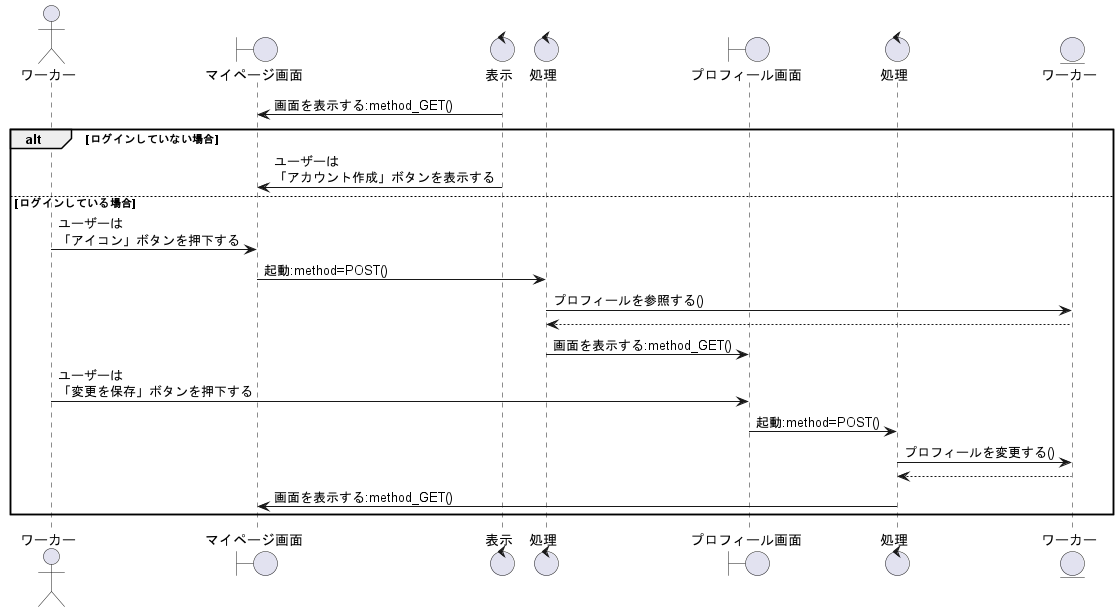
Earlier version of the PlantUML export out/sequence_fig/7_acconts_fn/01_プロフィールの編集をする/プロフィールの編集をする.png (irukacb256/high_Me). The source it was exported from:
```plantuml
@startuml プロフィールの編集をする

actor ワーカー as wo1

boundary マイページ画面 as bo1
control 表示 as co1
control 処理 as co2
boundary プロフィール画面 as bo2

control 処理 as co3

entity ワーカー as ac1

co1 -> bo1 : 画面を表示する:method_GET()

alt ログインしていない場合
    co1 -> bo1:ユーザーは\n「アカウント作成」ボタンを表示する

else ログインしている場合
    wo1 -> bo1:ユーザーは\n「アイコン」ボタンを押下する
    bo1 -> co2:起動:method=POST()
    co2 -> ac1:プロフィールを参照する()
    ac1 --> co2
    co2 -> bo2:画面を表示する:method_GET()
    wo1 -> bo2:ユーザーは\n「変更を保存」ボタンを押下する
    bo2 -> co3:起動:method=POST()
    co3 -> ac1 : プロフィールを変更する()
    co3 <-- ac1
    co3 -> bo1:画面を表示する:method_GET()
end

@enduml
```
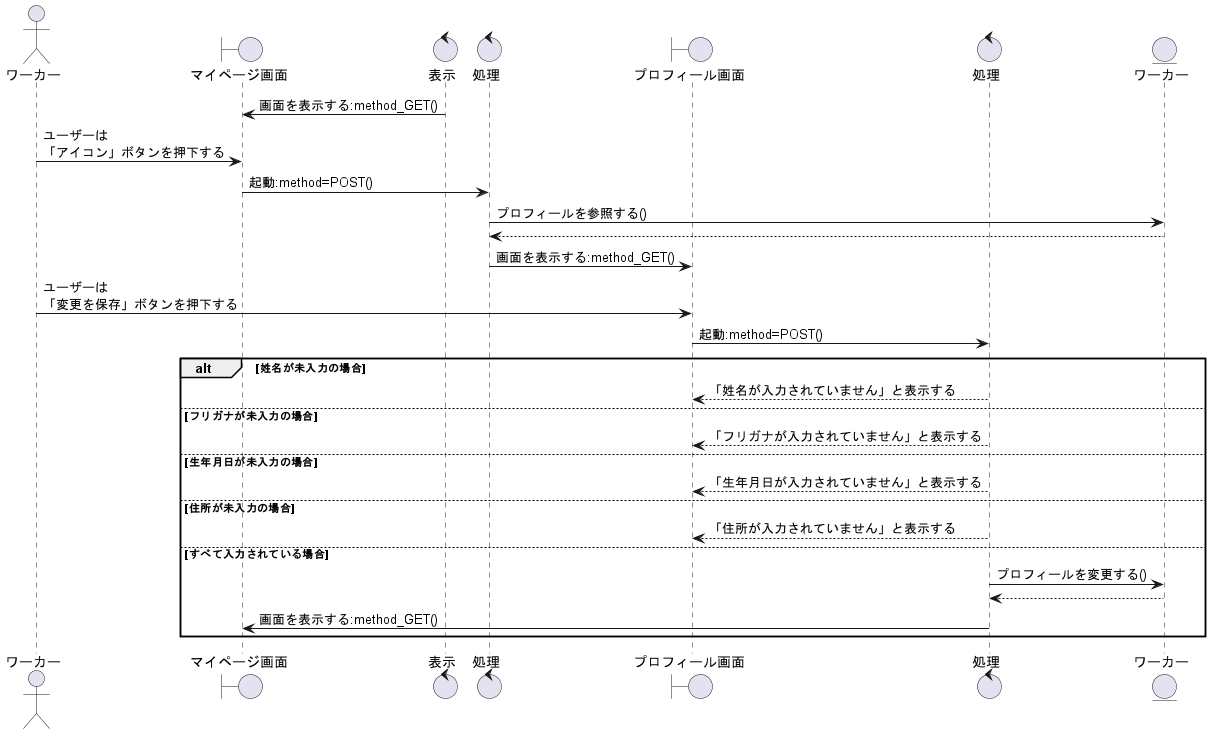
After the change.

Diff of the diagram source:
```diff
@@ -13,20 +13,33 @@
 
 co1 -> bo1 : 画面を表示する:method_GET()
 
-alt ログインしていない場合
-    co1 -> bo1:ユーザーは\n「アカウント作成」ボタンを表示する
+wo1 -> bo1:ユーザーは\n「アイコン」ボタンを押下する
+bo1 -> co2:起動:method=POST()
+co2 -> ac1:プロフィールを参照する()
+ac1 --> co2
+co2 -> bo2:画面を表示する:method_GET()
+wo1 -> bo2:ユーザーは\n「変更を保存」ボタンを押下する
+bo2 -> co3:起動:method=POST()
 
-else ログインしている場合
-    wo1 -> bo1:ユーザーは\n「アイコン」ボタンを押下する
-    bo1 -> co2:起動:method=POST()
-    co2 -> ac1:プロフィールを参照する()
-    ac1 --> co2
-    co2 -> bo2:画面を表示する:method_GET()
-    wo1 -> bo2:ユーザーは\n「変更を保存」ボタンを押下する
-    bo2 -> co3:起動:method=POST()
+alt 姓名が未入力の場合
+    bo2 <-- co3 :「姓名が入力されていません」と表示する
+
+    else フリガナが未入力の場合
+    bo2 <-- co3 :「フリガナが入力されていません」と表示する
+
+    else 生年月日が未入力の場合
+    bo2 <-- co3 :「生年月日が入力されていません」と表示する
+
+    else 住所が未入力の場合
+    bo2 <-- co3 :「住所が入力されていません」と表示する
+
+
+    else すべて入力されている場合
     co3 -> ac1 : プロフィールを変更する()
     co3 <-- ac1
     co3 -> bo1:画面を表示する:method_GET()
+
 end
 
+
 @enduml
```
